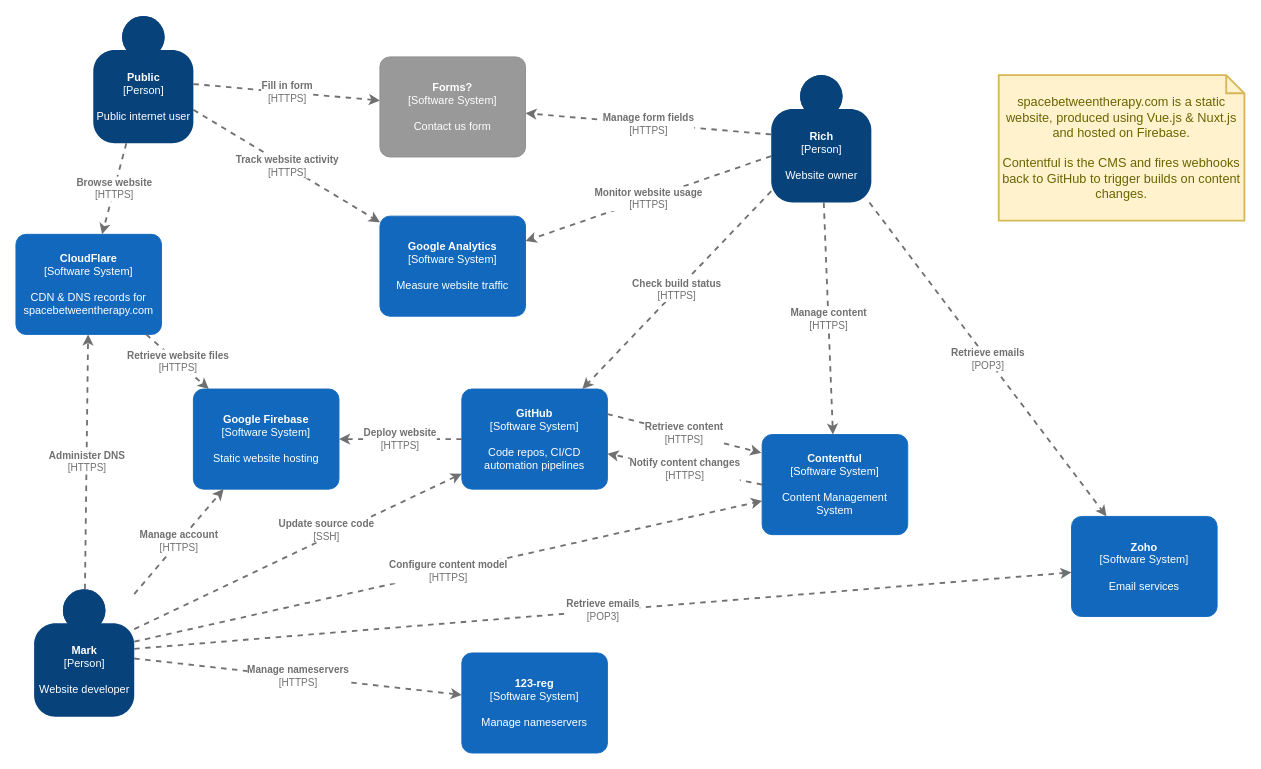
The draw.io diagram page "Architecture overview" (1 of 2) of doc/overview.drawio in spacebetweentherapy/website, before the edit. Source tidied: cells renumbered, new cells numbered last; positions are measured from the earlier drawing's top-left corner, leaving out a move shared by most shapes. Both pictures are drawn from the tidied source at 91%, with x=0, y=0 at pixel (15, 15).
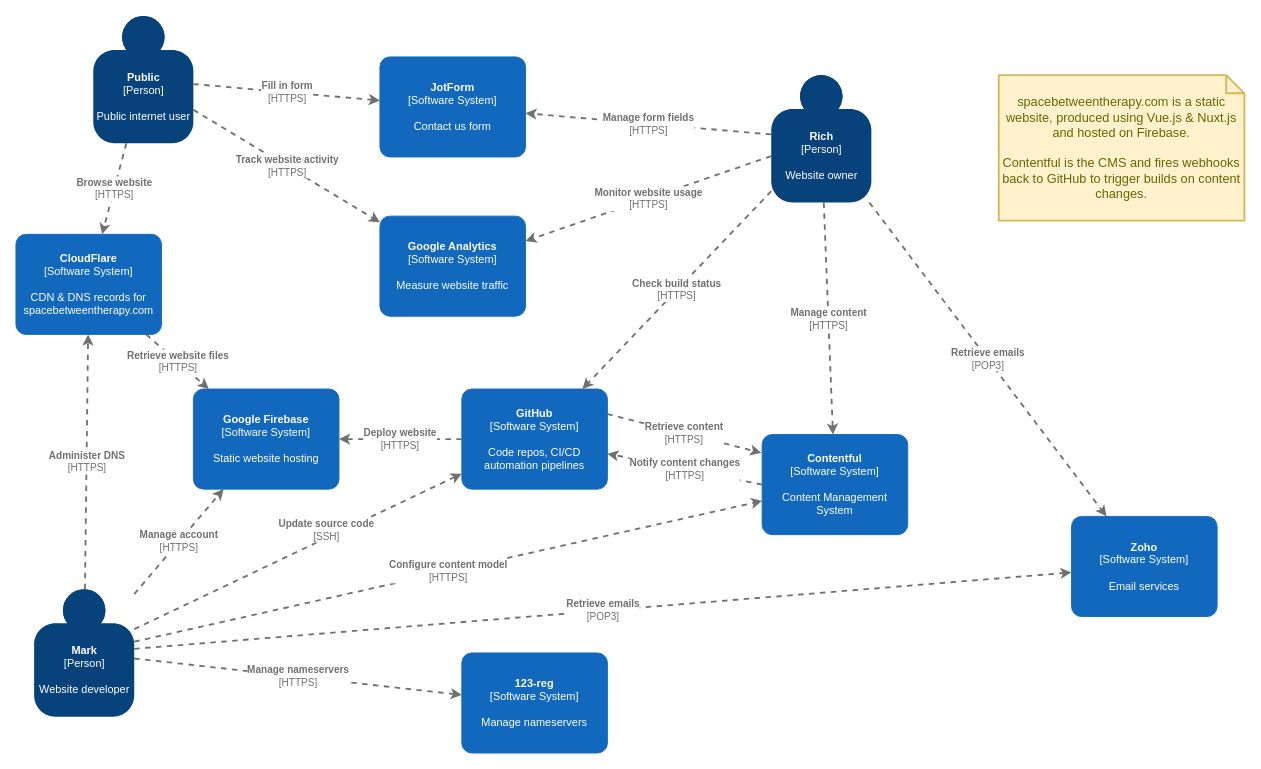
Above is the later version.

What changed in the source:
```diff
@@
-    <object id="20" label="&lt;b&gt;%c4Name%&lt;/b&gt;&lt;div&gt;[%c4Type%]&lt;/div&gt;&lt;br&gt;&lt;div&gt;%c4Description%&lt;/div&gt;" c4Description="Contact us form" c4Name="Forms?" c4Type="Software System" placeholders="1">
-      <mxCell style="rounded=1;whiteSpace=wrap;html=1;labelBackgroundColor=none;fillColor=#999999;fontColor=#ffffff;align=center;arcSize=10;strokeColor=#8A8A8A;metaData={&quot;c4Type&quot;:{&quot;editable&quot;:false}};points=[[0.25,0,0],[0.5,0,0],[0.75,0,0],[1,0.25,0],[1,0.5,0],[1,0.75,0],[0.75,1,0],[0.5,1,0],[0.25,1,0],[0,0.75,0],[0,0.5,0],[0,0.25,0]];" parent="1" vertex="1">
+    <object id="20" label="&lt;b&gt;%c4Name%&lt;/b&gt;&lt;div&gt;[%c4Type%]&lt;/div&gt;&lt;br&gt;&lt;div&gt;%c4Description%&lt;/div&gt;" c4Description="Contact us form" c4Name="JotForm" c4Type="Software System" placeholders="1">
+      <mxCell style="rounded=1;whiteSpace=wrap;html=1;labelBackgroundColor=none;fillColor=#1168BD;fontColor=#ffffff;align=center;arcSize=10;strokeColor=#1168BD;metaData={&quot;c4Type&quot;:{&quot;editable&quot;:false}};points=[[0.25,0,0],[0.5,0,0],[0.75,0,0],[1,0.25,0],[1,0.5,0],[1,0.75,0],[0.75,1,0],[0.5,1,0],[0.25,1,0],[0,0.75,0],[0,0.5,0],[0,0.25,0]];" parent="1" vertex="1">
         <mxGeometry x="400" y="45" width="160" height="110" as="geometry" />
       </mxCell>
     </object>
```
